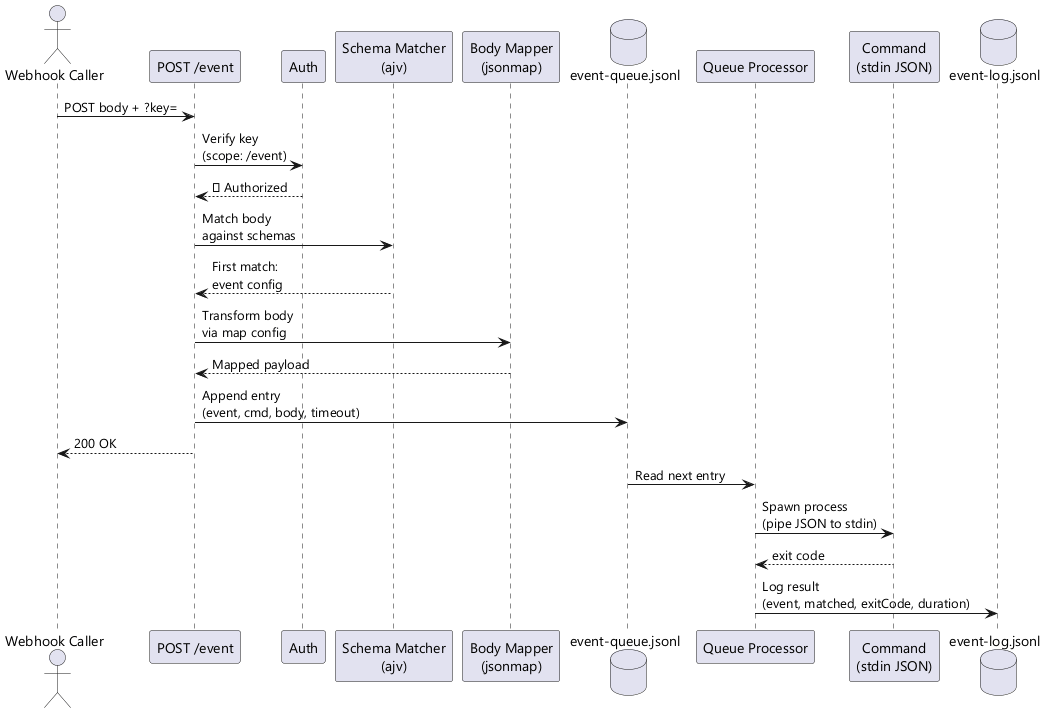
The PlantUML diagram diagrams/out/event-gateway-flow.png in karmaniverous/jeeves-server, before a commit. Source of this version:
```plantuml
@startuml event-gateway-flow
skinparam backgroundColor white
skinparam shadowing false
skinparam defaultFontName "Segoe UI"
skinparam componentStyle rectangle

actor "Webhook Caller" as caller
participant "POST /event" as endpoint
participant "Auth" as auth
participant "Schema Matcher\n(ajv)" as matcher
participant "Body Mapper\n(jsonmap)" as mapper
database "event-queue.jsonl" as queue
participant "Queue Processor" as processor
participant "Command\n(stdin JSON)" as cmd
database "event-log.jsonl" as log

caller -> endpoint : POST body + ?key=
endpoint -> auth : Verify key\n(scope: /event)
auth --> endpoint : ✅ Authorized

endpoint -> matcher : Match body\nagainst schemas
matcher --> endpoint : First match:\nevent config

endpoint -> mapper : Transform body\nvia map config
mapper --> endpoint : Mapped payload

endpoint -> queue : Append entry\n(event, cmd, body, timeout)
endpoint --> caller : 200 OK

queue -> processor : Read next entry
processor -> cmd : Spawn process\n(pipe JSON to stdin)
cmd --> processor : exit code
processor -> log : Log result\n(event, matched, exitCode, duration)

@enduml
```
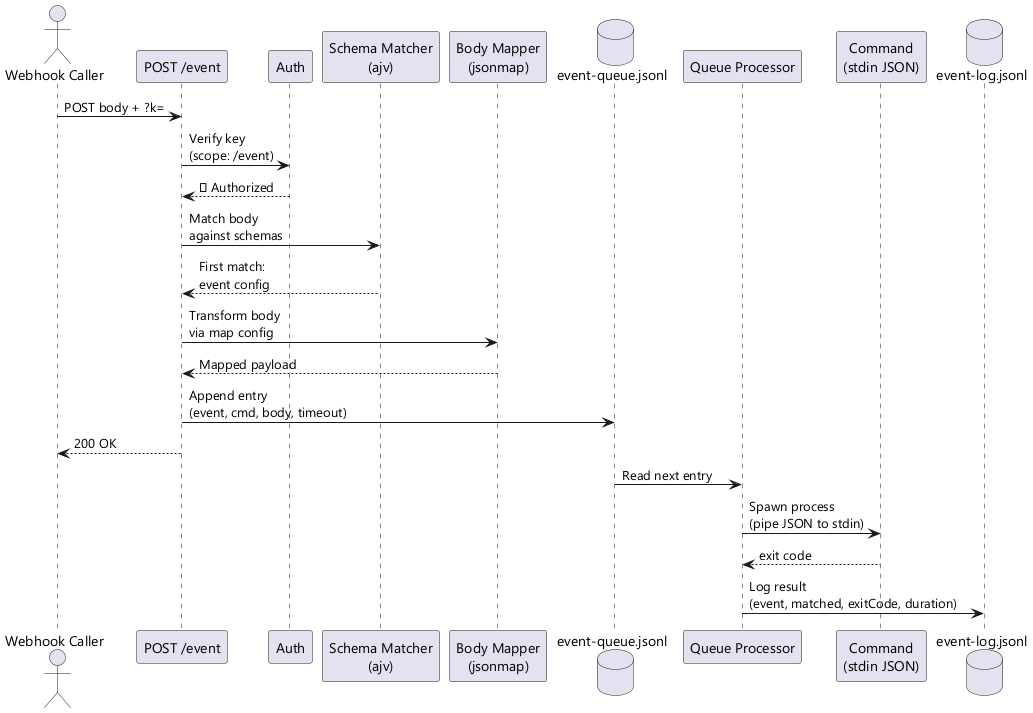
The same file after the commit.

The edit, as a diff of the source:
```diff
@@ -14,7 +14,7 @@
 participant "Command\n(stdin JSON)" as cmd
 database "event-log.jsonl" as log
 
-caller -> endpoint : POST body + ?key=
+caller -> endpoint : POST body + ?k=
 endpoint -> auth : Verify key\n(scope: /event)
 auth --> endpoint : ✅ Authorized
 
```
